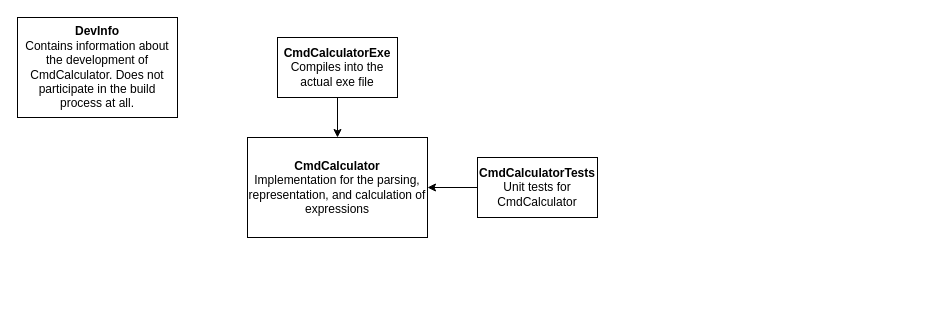
AndrewPratt0x40/CmdCalculator keeps this draw.io diagram as DevInfo/packages.drawio. Above is the earlier version. Source tidied: cells renumbered, new cells numbered last; positions are measured from the earlier drawing's top-left corner, leaving out a move shared by most shapes. Both pictures are drawn from the tidied source at 100%, with x=0, y=0 at pixel (17, 17).
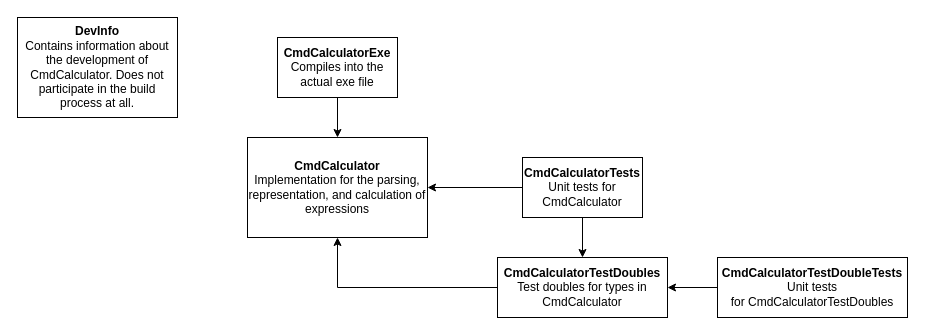
Above is the later version.

The edit, as a diff of the source:
```diff
@@
 <mxGraphModel>
   <root>
     <mxCell id="0" />
     <mxCell id="1" parent="0" />
     <mxCell id="2" style="edgeStyle=orthogonalEdgeStyle;rounded=0;jettySize=auto;html=1;" parent="1" edge="1" source="3" target="4">
       <mxGeometry relative="1" as="geometry" />
     </mxCell>
     <mxCell id="3" value="&lt;b&gt;CmdCalculatorExe&lt;/b&gt;&lt;br&gt;Compiles into the actual exe file" style="rounded=0;whiteSpace=wrap;html=1;" parent="1" vertex="1">
       <mxGeometry x="260" y="20" width="120" height="60" as="geometry" />
     </mxCell>
     <mxCell id="4" value="&lt;b&gt;CmdCalculator&lt;/b&gt;&lt;br&gt;Implementation for the parsing, representation, and calculation of expressions" style="rounded=0;whiteSpace=wrap;html=1;" parent="1" vertex="1">
       <mxGeometry x="230" y="120" width="180" height="100" as="geometry" />
     </mxCell>
     <mxCell id="5" style="edgeStyle=orthogonalEdgeStyle;rounded=0;jettySize=auto;html=1;" parent="1" edge="1" source="6" target="4">
       <mxGeometry relative="1" as="geometry" />
     </mxCell>
+    <mxCell id="8" style="edgeStyle=orthogonalEdgeStyle;rounded=0;jettySize=auto;html=1;entryX=0.5;entryY=0;entryDx=0;entryDy=0;" parent="1" edge="1" source="6" target="10">
+      <mxGeometry relative="1" as="geometry" />
+    </mxCell>
     <mxCell id="6" value="&lt;b&gt;CmdCalculatorTests&lt;/b&gt;&lt;br&gt;Unit tests for CmdCalculator" style="rounded=0;whiteSpace=wrap;html=1;" parent="1" vertex="1">
-      <mxGeometry x="460" y="140" width="120" height="60" as="geometry" />
+      <mxGeometry x="505" y="140" width="120" height="60" as="geometry" />
     </mxCell>
     <mxCell id="7" value="&lt;b&gt;DevInfo&lt;/b&gt;&lt;br&gt;Contains information about the development of CmdCalculator. Does not participate in the build process at all." style="rounded=0;whiteSpace=wrap;html=1;" parent="1" vertex="1">
       <mxGeometry width="160" height="100" as="geometry" />
     </mxCell>
+    <mxCell id="9" style="edgeStyle=orthogonalEdgeStyle;rounded=0;jettySize=auto;html=1;entryX=0.5;entryY=1;entryDx=0;entryDy=0;" parent="1" edge="1" source="10" target="4">
+      <mxGeometry relative="1" as="geometry" />
+    </mxCell>
+    <mxCell id="10" value="&lt;b&gt;CmdCalculatorTestDoubles&lt;/b&gt;&lt;br&gt;Test doubles for types in CmdCalculator" style="rounded=0;whiteSpace=wrap;html=1;" parent="1" vertex="1">
+      <mxGeometry x="480" y="240" width="170" height="60" as="geometry" />
+    </mxCell>
+    <mxCell id="11" style="edgeStyle=orthogonalEdgeStyle;rounded=0;jettySize=auto;html=1;entryX=1;entryY=0.5;entryDx=0;entryDy=0;" parent="1" edge="1" source="12" target="10">
+      <mxGeometry relative="1" as="geometry" />
+    </mxCell>
+    <mxCell id="12" value="&lt;b&gt;CmdCalculatorTestDoubleTests&lt;/b&gt;&lt;br&gt;Unit tests for&amp;nbsp;CmdCalculatorTestDoubles" style="rounded=0;whiteSpace=wrap;html=1;" parent="1" vertex="1">
+      <mxGeometry x="700" y="240" width="190" height="60" as="geometry" />
+    </mxCell>
   </root>
 </mxGraphModel>
```
